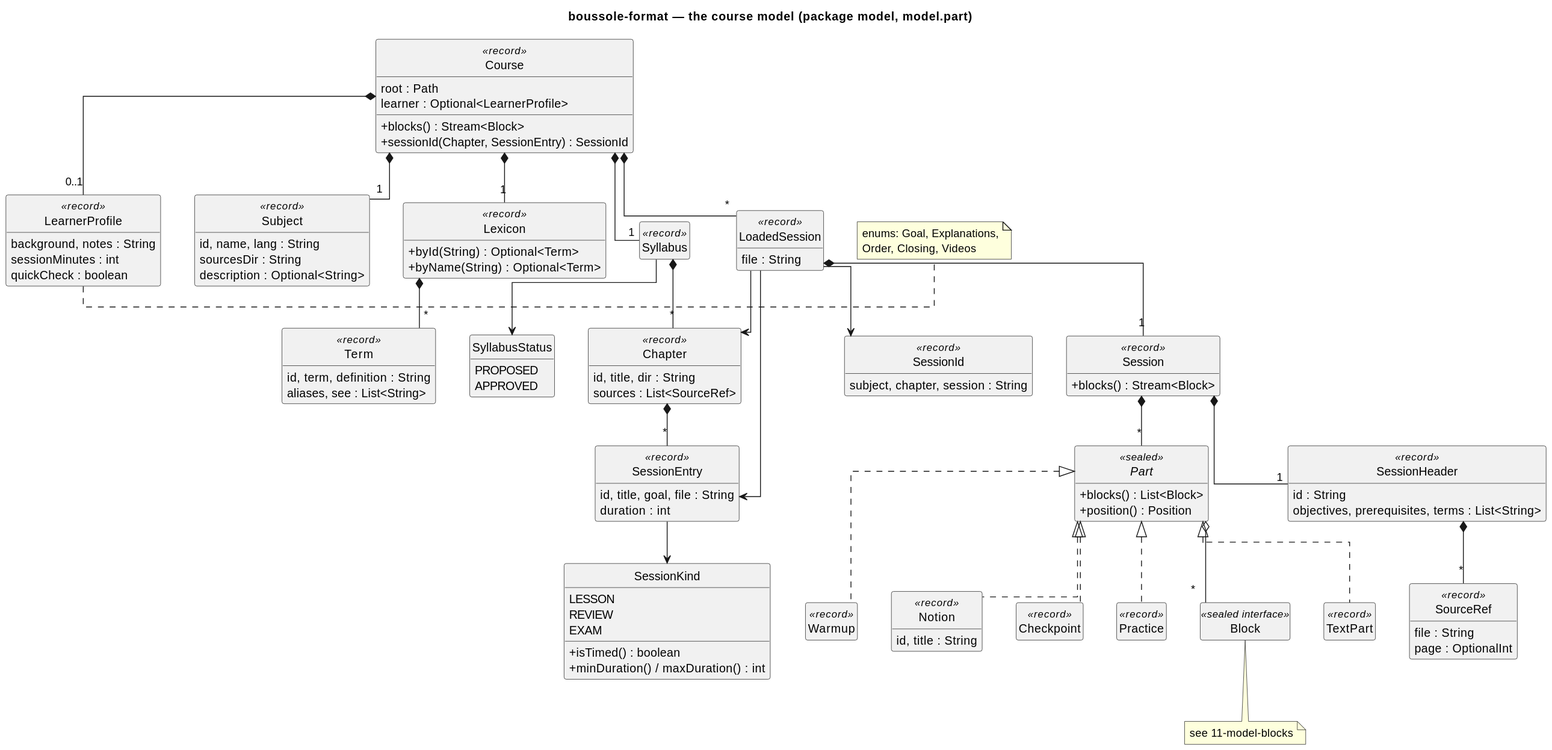
This is docs/diagrams/10-model-course.svg from lucasssoh/Boussole, a PlantUML export, as it was before one commit.
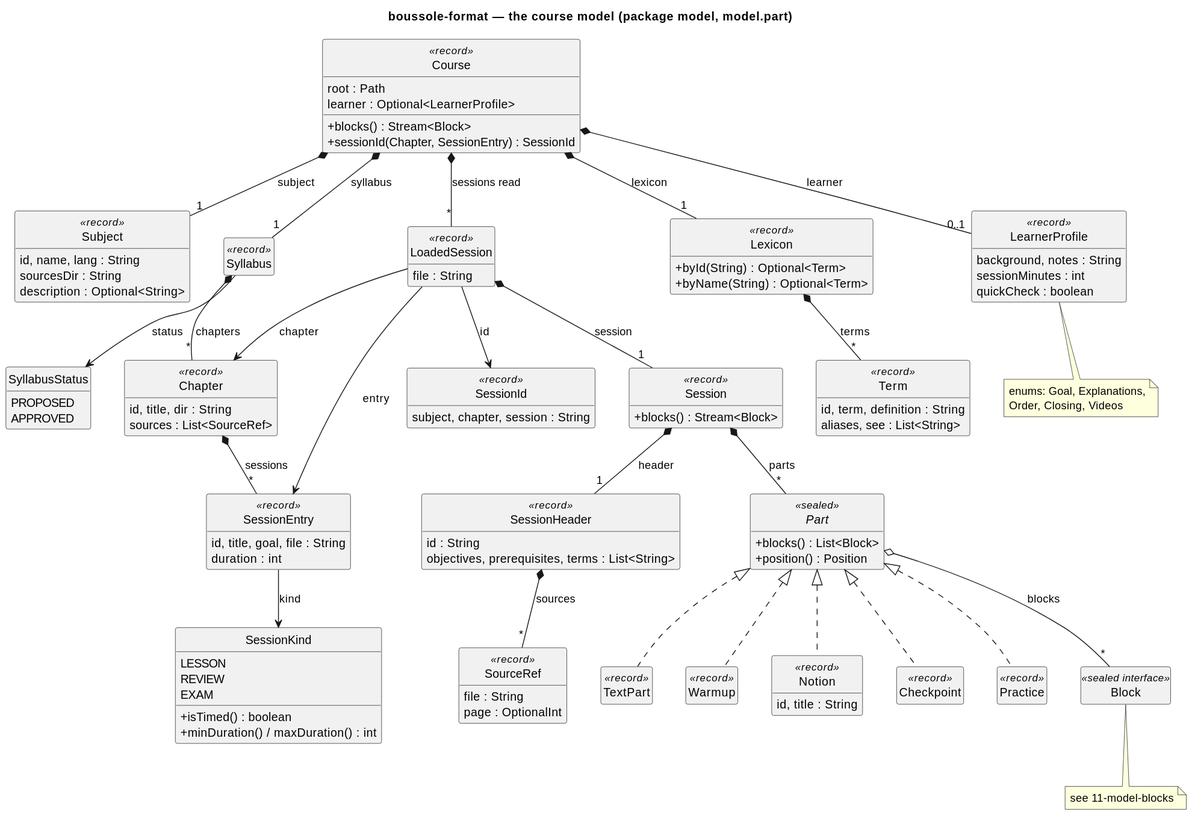
The same diagram one commit later.

Change to the diagram source:
```diff
@@ -1,7 +1,6 @@
 @startuml
 skinparam packageStyle rectangle
 skinparam classAttributeIconSize 0
-skinparam linetype ortho
 skinparam nodesep 40
 skinparam ranksep 50
 hide empty members
@@ -55,7 +54,7 @@
   sessionMinutes : int
   quickCheck : boolean
 }
-note right of LearnerProfile
+note bottom of LearnerProfile
   enums: Goal, Explanations,
   Order, Closing, Videos
 end note
@@ -86,29 +85,29 @@
 class Checkpoint <<record>>
 class Practice <<record>>
 
-Course *-- "1" Subject
-Course *-- "1" Syllabus
-Course *-- "1" Lexicon
-Course *-- "0..1" LearnerProfile
-Course *-- "*" LoadedSession
-Syllabus *-- "*" Chapter
-Syllabus --> SyllabusStatus
-Chapter *-- "*" SessionEntry
-SessionEntry --> SessionKind
-Lexicon *-- "*" Term
-LoadedSession --> SessionId
-LoadedSession --> Chapter
-LoadedSession --> SessionEntry
-LoadedSession *-- "1" Session
-Session *-- "1" SessionHeader
-Session *-- "*" Part
-SessionHeader *-- "*" SourceRef
+Course *-- "1" Subject : subject
+Course *-- "1" Syllabus : syllabus
+Course *-- "1" Lexicon : lexicon
+Course *-- "0..1" LearnerProfile : learner
+Course *-- "*" LoadedSession : sessions read
+Syllabus *-- "*" Chapter : chapters
+Syllabus --> SyllabusStatus : status
+Chapter *-- "*" SessionEntry : sessions
+SessionEntry --> SessionKind : kind
+Lexicon *-- "*" Term : terms
+LoadedSession --> SessionId : id
+LoadedSession --> Chapter : chapter
+LoadedSession --> SessionEntry : entry
+LoadedSession *-- "1" Session : session
+Session *-- "1" SessionHeader : header
+Session *-- "*" Part : parts
+SessionHeader *-- "*" SourceRef : sources
 Part <|.. TextPart
 Part <|.. Warmup
 Part <|.. Notion
 Part <|.. Checkpoint
 Part <|.. Practice
-Part o-- "*" Block
+Part o-- "*" Block : blocks
 
 class Block <<sealed interface>>
 note bottom of Block : see 11-model-blocks
```
